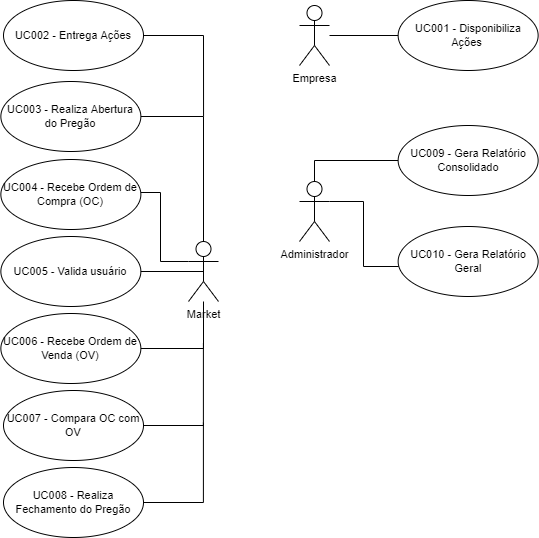
The draw.io diagram dealbroker/casos-de-uso/diagram-usecases.png in milenatteixeira/stockfei, before a commit. Source tidied: cells renumbered, new cells last; positions are measured from the earlier drawing's top-left corner, leaving out a move shared by most shapes.
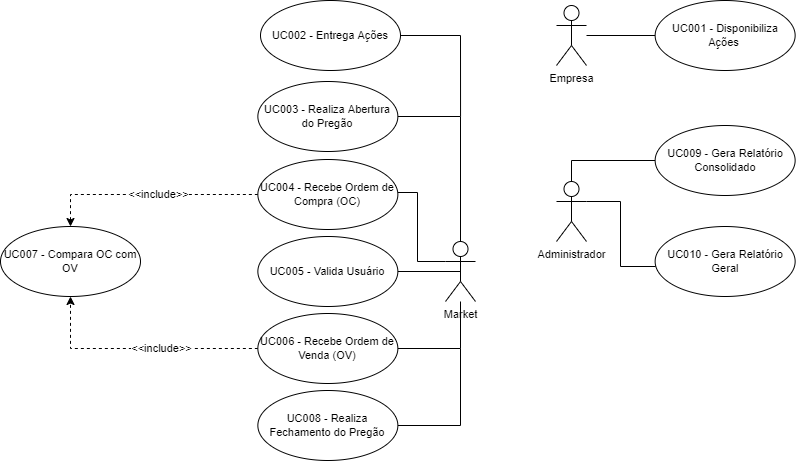
Above is the later version.

Change to the diagram source:
```diff
@@ -30,36 +30,37 @@
         </Array>
       </mxGeometry>
     </mxCell>
+    <mxCell id="25" style="edgeStyle=orthogonalEdgeStyle;rounded=0;jettySize=auto;html=1;entryX=0.5;entryY=0;entryDx=0;entryDy=0;dashed=1;" parent="1" edge="1" source="9" target="15">
+      <mxGeometry relative="1" as="geometry" />
+    </mxCell>
+    <mxCell id="26" value="&amp;lt;&amp;lt;include&amp;gt;&amp;gt;" style="edgeLabel;html=1;align=center;verticalAlign=middle;" parent="25" vertex="1">
+      <mxGeometry x="-0.09" relative="1" as="geometry" />
+    </mxCell>
     <mxCell id="9" value="UC004&amp;nbsp;- Recebe Ordem de Compra (OC)" style="ellipse;whiteSpace=wrap;html=1;hachureGap=4;fontFamily=Helvetica;fontSize=11;fontColor=default;" parent="1" vertex="1">
       <mxGeometry x="0.4" y="159" width="140" height="70" as="geometry" />
     </mxCell>
     <mxCell id="10" style="rounded=0;jettySize=auto;html=1;endArrow=none;endFill=0;entryX=0.5;entryY=0.5;entryDx=0;entryDy=0;entryPerimeter=0;" parent="1" edge="1" source="11" target="5">
       <mxGeometry relative="1" as="geometry" />
     </mxCell>
-    <mxCell id="11" value="UC005 - Valida usuário" style="ellipse;whiteSpace=wrap;html=1;hachureGap=4;fontFamily=Helvetica;fontSize=11;fontColor=default;" parent="1" vertex="1">
+    <mxCell id="11" value="UC005 - Valida Usuário" style="ellipse;whiteSpace=wrap;html=1;hachureGap=4;fontFamily=Helvetica;fontSize=11;fontColor=default;" parent="1" vertex="1">
       <mxGeometry x="0.4" y="236" width="140" height="70" as="geometry" />
     </mxCell>
     <mxCell id="12" style="edgeStyle=orthogonalEdgeStyle;rounded=0;jettySize=auto;html=1;endArrow=none;endFill=0;" parent="1" edge="1" source="13" target="5">
       <mxGeometry relative="1" as="geometry" />
     </mxCell>
+    <mxCell id="27" style="edgeStyle=orthogonalEdgeStyle;rounded=0;jettySize=auto;html=1;entryX=0.5;entryY=1;entryDx=0;entryDy=0;dashed=1;" parent="1" edge="1" source="13" target="15">
+      <mxGeometry relative="1" as="geometry" />
+    </mxCell>
     <mxCell id="13" value="UC006 - Recebe Ordem de Venda (OV)" style="ellipse;whiteSpace=wrap;html=1;hachureGap=4;fontFamily=Helvetica;fontSize=11;fontColor=default;" parent="1" vertex="1">
       <mxGeometry x="0.4" y="313" width="140" height="70" as="geometry" />
     </mxCell>
-    <mxCell id="14" style="edgeStyle=orthogonalEdgeStyle;rounded=0;jettySize=auto;html=1;endArrow=none;endFill=0;" parent="1" edge="1" source="15">
-      <mxGeometry relative="1" as="geometry">
-        <mxPoint x="202.9" y="343.1" as="targetPoint" />
-      </mxGeometry>
-    </mxCell>
-    <mxCell id="15" value="UC007 - Compara OC com OV" style="ellipse;whiteSpace=wrap;html=1;hachureGap=4;fontFamily=Helvetica;fontSize=11;fontColor=default;" parent="1" vertex="1">
-      <mxGeometry x="3" y="390" width="140" height="70" as="geometry" />
-    </mxCell>
     <mxCell id="16" style="edgeStyle=orthogonalEdgeStyle;rounded=0;jettySize=auto;html=1;endArrow=none;endFill=0;" parent="1" edge="1" source="17">
       <mxGeometry relative="1" as="geometry">
-        <mxPoint x="202.9" y="422.2" as="targetPoint" />
+        <mxPoint x="203" y="348" as="targetPoint" />
       </mxGeometry>
     </mxCell>
     <mxCell id="17" value="UC008 - Realiza Fechamento do Pregão" style="ellipse;whiteSpace=wrap;html=1;hachureGap=4;fontFamily=Helvetica;fontSize=11;fontColor=default;" parent="1" vertex="1">
-      <mxGeometry x="3" y="467" width="140" height="70" as="geometry" />
+      <mxGeometry x="0.4" y="390" width="140" height="70" as="geometry" />
     </mxCell>
     <mxCell id="18" style="edgeStyle=orthogonalEdgeStyle;rounded=0;jettySize=auto;html=1;endArrow=none;endFill=0;" parent="1" edge="1" source="19">
       <mxGeometry relative="1" as="geometry">
@@ -89,5 +90,11 @@
     <mxCell id="24" value="UC010 - Gera Relatório Geral" style="ellipse;whiteSpace=wrap;html=1;hachureGap=4;fontFamily=Helvetica;fontSize=11;fontColor=default;" parent="1" vertex="1">
       <mxGeometry x="397.6" y="226" width="140" height="70" as="geometry" />
     </mxCell>
+    <mxCell id="15" value="UC007 - Compara OC com OV" style="ellipse;whiteSpace=wrap;html=1;hachureGap=4;fontFamily=Helvetica;fontSize=11;fontColor=default;" parent="1" vertex="1">
+      <mxGeometry x="-257" y="226" width="140" height="70" as="geometry" />
+    </mxCell>
+    <mxCell id="28" value="&amp;lt;&amp;lt;include&amp;gt;&amp;gt;" style="edgeLabel;html=1;align=center;verticalAlign=middle;" parent="1" vertex="1">
+      <mxGeometry x="-96" y="348" as="geometry" />
+    </mxCell>
   </root>
 </mxGraphModel>
```
